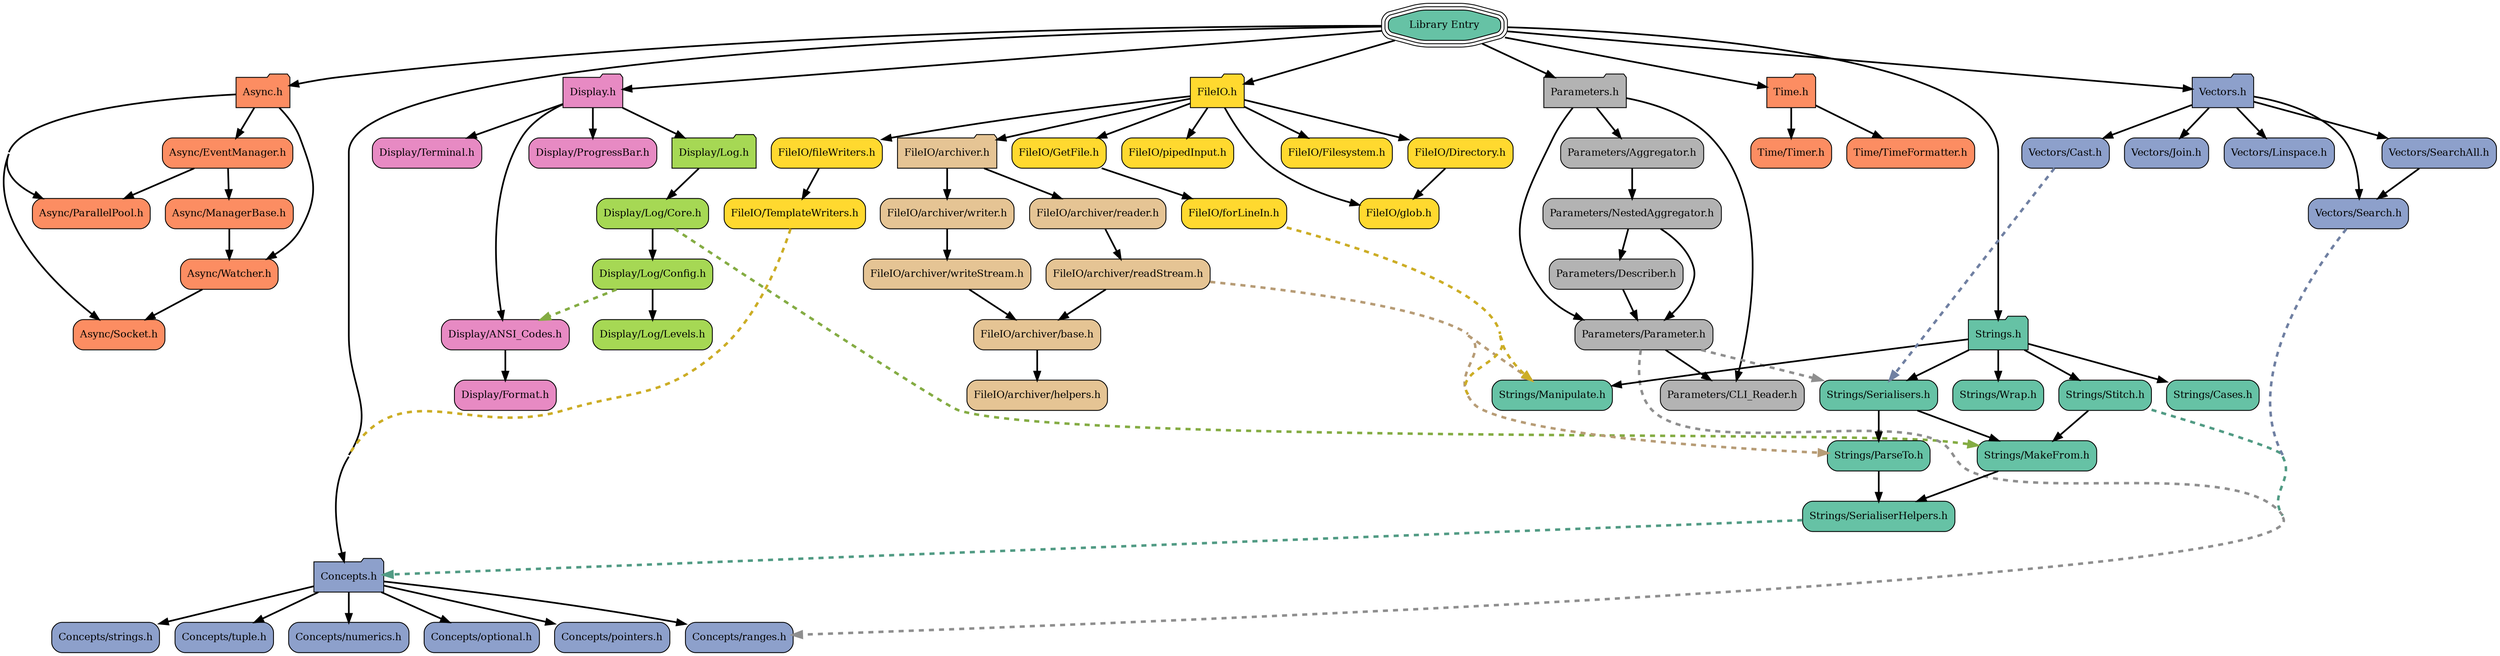
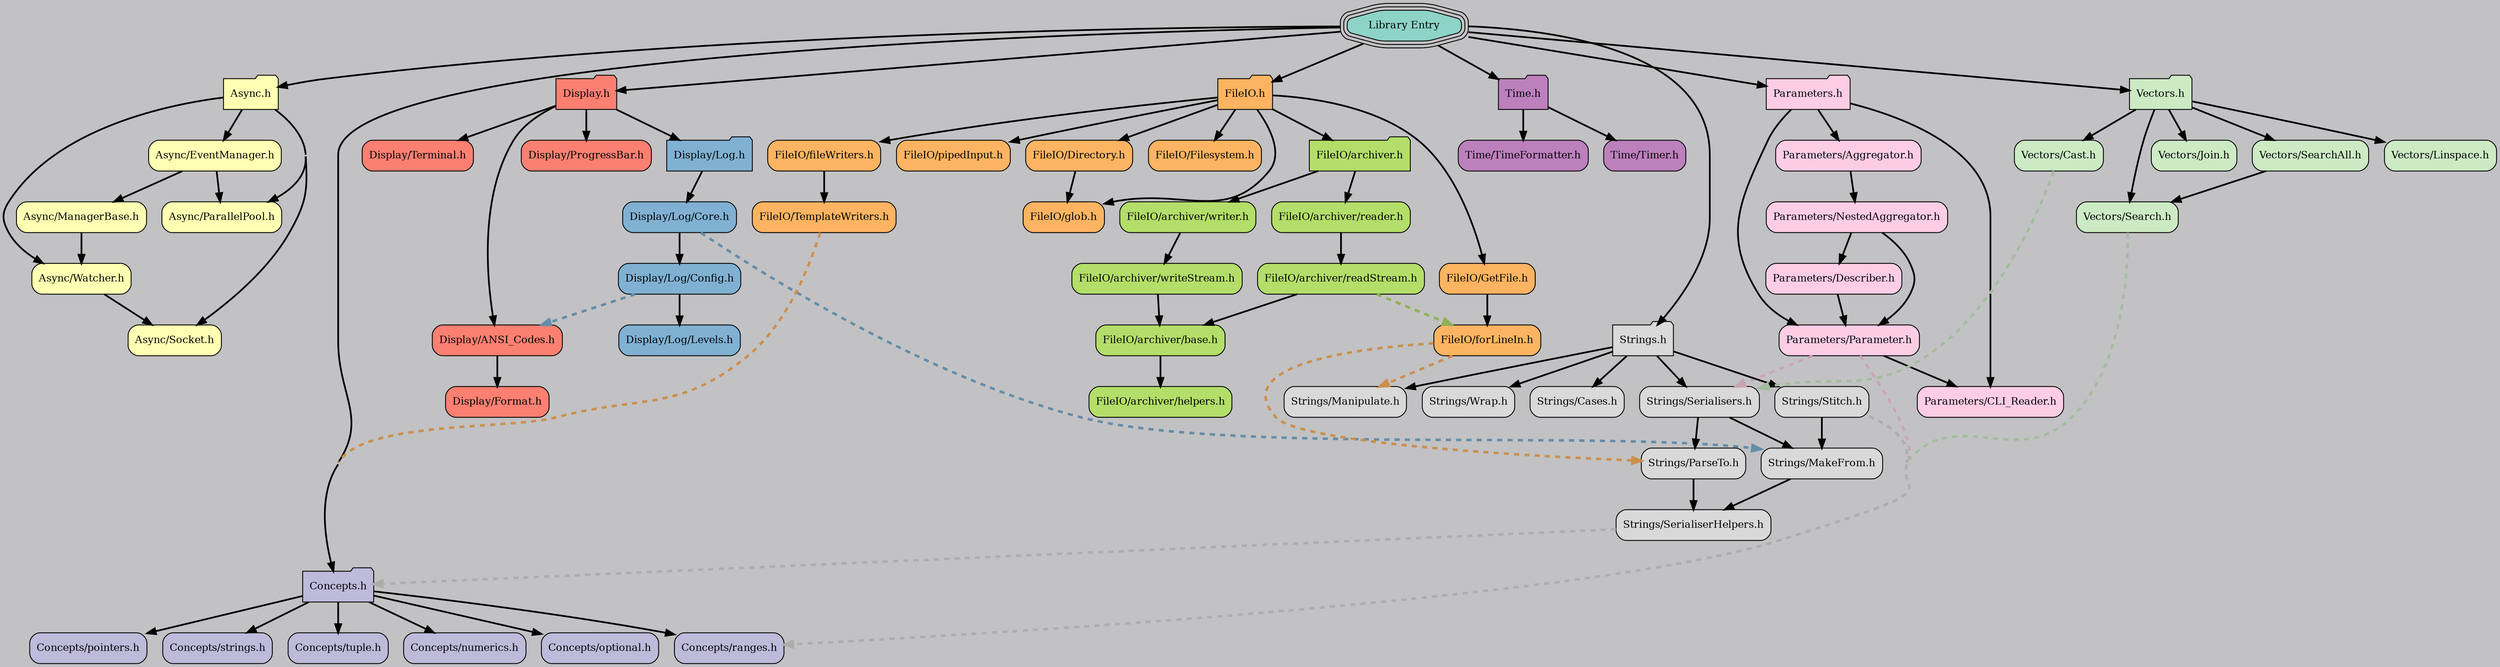
digraph codeviz{
+ 	bgcolor="#C2C2C4"
	concentrate=true
	splines=true
	sep="+15,+15"
	overlap=false

	node[shape=Mrecord,fontsize=12]

- 	node [fillcolor="#66c2a5", style="rounded,filled", shape=tripleoctagon,color="#000000"] "JSL.h"                         [label="Library Entry"]
- 	node [fillcolor="#fc8d62", style="rounded,filled", shape=folder,color="#000000"] "Async.h"                       [label="Async.h"]
- 	node [fillcolor="#fc8d62", style="rounded,filled", shape=box,color="#000000"] "Async/EventManager.h"          [label="Async/EventManager.h"]
- 	node [fillcolor="#fc8d62", style="rounded,filled", shape=box,color="#000000"] "Async/ManagerBase.h"           [label="Async/ManagerBase.h"]
- 	node [fillcolor="#fc8d62", style="rounded,filled", shape=box,color="#000000"] "Async/ParallelPool.h"          [label="Async/ParallelPool.h"]
- 	node [fillcolor="#fc8d62", style="rounded,filled", shape=box,color="#000000"] "Async/Socket.h"                [label="Async/Socket.h"]
- 	node [fillcolor="#fc8d62", style="rounded,filled", shape=box,color="#000000"] "Async/Watcher.h"               [label="Async/Watcher.h"]
- 	node [fillcolor="#8da0cb", style="rounded,filled", shape=folder,color="#000000"] "Concepts.h"                    [label="Concepts.h"]
- 	node [fillcolor="#8da0cb", style="rounded,filled", shape=box,color="#000000"] "Concepts/numerics.h"           [label="Concepts/numerics.h"]
- 	node [fillcolor="#8da0cb", style="rounded,filled", shape=box,color="#000000"] "Concepts/optional.h"           [label="Concepts/optional.h"]
- 	node [fillcolor="#8da0cb", style="rounded,filled", shape=box,color="#000000"] "Concepts/pointers.h"           [label="Concepts/pointers.h"]
- 	node [fillcolor="#8da0cb", style="rounded,filled", shape=box,color="#000000"] "Concepts/ranges.h"             [label="Concepts/ranges.h"]
- 	node [fillcolor="#8da0cb", style="rounded,filled", shape=box,color="#000000"] "Concepts/strings.h"            [label="Concepts/strings.h"]
- 	node [fillcolor="#8da0cb", style="rounded,filled", shape=box,color="#000000"] "Concepts/tuple.h"              [label="Concepts/tuple.h"]
- 	node [fillcolor="#e78ac3", style="rounded,filled", shape=folder,color="#000000"] "Display.h"                     [label="Display.h"]
- 	node [fillcolor="#e78ac3", style="rounded,filled", shape=box,color="#000000"] "Display/ANSI_Codes.h"          [label="Display/ANSI_Codes.h"]
- 	node [fillcolor="#e78ac3", style="rounded,filled", shape=box,color="#000000"] "Display/Format.h"              [label="Display/Format.h"]
- 	node [fillcolor="#a6d854", style="rounded,filled", shape=folder,color="#000000"] "Display/Log.h"                 [label="Display/Log.h"]
- 	node [fillcolor="#a6d854", style="rounded,filled", shape=box,color="#000000"] "Display/Log/Config.h"          [label="Display/Log/Config.h"]
- 	node [fillcolor="#a6d854", style="rounded,filled", shape=box,color="#000000"] "Display/Log/Core.h"            [label="Display/Log/Core.h"]
- 	node [fillcolor="#a6d854", style="rounded,filled", shape=box,color="#000000"] "Display/Log/Levels.h"          [label="Display/Log/Levels.h"]
- 	node [fillcolor="#e78ac3", style="rounded,filled", shape=box,color="#000000"] "Display/ProgressBar.h"         [label="Display/ProgressBar.h"]
- 	node [fillcolor="#e78ac3", style="rounded,filled", shape=box,color="#000000"] "Display/Terminal.h"            [label="Display/Terminal.h"]
- 	node [fillcolor="#ffd92f", style="rounded,filled", shape=folder,color="#000000"] "FileIO.h"                      [label="FileIO.h"]
- 	node [fillcolor="#ffd92f", style="rounded,filled", shape=box,color="#000000"] "FileIO/Directory.h"            [label="FileIO/Directory.h"]
- 	node [fillcolor="#ffd92f", style="rounded,filled", shape=box,color="#000000"] "FileIO/Filesystem.h"           [label="FileIO/Filesystem.h"]
- 	node [fillcolor="#ffd92f", style="rounded,filled", shape=box,color="#000000"] "FileIO/GetFile.h"              [label="FileIO/GetFile.h"]
- 	node [fillcolor="#ffd92f", style="rounded,filled", shape=box,color="#000000"] "FileIO/TemplateWriters.h"      [label="FileIO/TemplateWriters.h"]
- 	node [fillcolor="#e5c494", style="rounded,filled", shape=folder,color="#000000"] "FileIO/archiver.h"             [label="FileIO/archiver.h"]
- 	node [fillcolor="#e5c494", style="rounded,filled", shape=box,color="#000000"] "FileIO/archiver/base.h"        [label="FileIO/archiver/base.h"]
- 	node [fillcolor="#e5c494", style="rounded,filled", shape=box,color="#000000"] "FileIO/archiver/helpers.h"     [label="FileIO/archiver/helpers.h"]
- 	node [fillcolor="#e5c494", style="rounded,filled", shape=box,color="#000000"] "FileIO/archiver/readStream.h"  [label="FileIO/archiver/readStream.h"]
- 	node [fillcolor="#e5c494", style="rounded,filled", shape=box,color="#000000"] "FileIO/archiver/reader.h"      [label="FileIO/archiver/reader.h"]
- 	node [fillcolor="#e5c494", style="rounded,filled", shape=box,color="#000000"] "FileIO/archiver/writeStream.h" [label="FileIO/archiver/writeStream.h"]
- 	node [fillcolor="#e5c494", style="rounded,filled", shape=box,color="#000000"] "FileIO/archiver/writer.h"      [label="FileIO/archiver/writer.h"]
- 	node [fillcolor="#ffd92f", style="rounded,filled", shape=box,color="#000000"] "FileIO/fileWriters.h"          [label="FileIO/fileWriters.h"]
- 	node [fillcolor="#ffd92f", style="rounded,filled", shape=box,color="#000000"] "FileIO/forLineIn.h"            [label="FileIO/forLineIn.h"]
- 	node [fillcolor="#ffd92f", style="rounded,filled", shape=box,color="#000000"] "FileIO/glob.h"                 [label="FileIO/glob.h"]
- 	node [fillcolor="#ffd92f", style="rounded,filled", shape=box,color="#000000"] "FileIO/pipedInput.h"           [label="FileIO/pipedInput.h"]
- 	node [fillcolor="#b3b3b3", style="rounded,filled", shape=folder,color="#000000"] "Parameters.h"                  [label="Parameters.h"]
- 	node [fillcolor="#b3b3b3", style="rounded,filled", shape=box,color="#000000"] "Parameters/Aggregator.h"       [label="Parameters/Aggregator.h"]
- 	node [fillcolor="#b3b3b3", style="rounded,filled", shape=box,color="#000000"] "Parameters/CLI_Reader.h"       [label="Parameters/CLI_Reader.h"]
- 	node [fillcolor="#b3b3b3", style="rounded,filled", shape=box,color="#000000"] "Parameters/Describer.h"        [label="Parameters/Describer.h"]
- 	node [fillcolor="#b3b3b3", style="rounded,filled", shape=box,color="#000000"] "Parameters/NestedAggregator.h" [label="Parameters/NestedAggregator.h"]
- 	node [fillcolor="#b3b3b3", style="rounded,filled", shape=box,color="#000000"] "Parameters/Parameter.h"        [label="Parameters/Parameter.h"]
- 	node [fillcolor="#66c2a5", style="rounded,filled", shape=folder,color="#000000"] "Strings.h"                     [label="Strings.h"]
- 	node [fillcolor="#66c2a5", style="rounded,filled", shape=box,color="#000000"] "Strings/Cases.h"               [label="Strings/Cases.h"]
- 	node [fillcolor="#66c2a5", style="rounded,filled", shape=box,color="#000000"] "Strings/MakeFrom.h"            [label="Strings/MakeFrom.h"]
- 	node [fillcolor="#66c2a5", style="rounded,filled", shape=box,color="#000000"] "Strings/Manipulate.h"          [label="Strings/Manipulate.h"]
- 	node [fillcolor="#66c2a5", style="rounded,filled", shape=box,color="#000000"] "Strings/ParseTo.h"             [label="Strings/ParseTo.h"]
- 	node [fillcolor="#66c2a5", style="rounded,filled", shape=box,color="#000000"] "Strings/SerialiserHelpers.h"   [label="Strings/SerialiserHelpers.h"]
- 	node [fillcolor="#66c2a5", style="rounded,filled", shape=box,color="#000000"] "Strings/Serialisers.h"         [label="Strings/Serialisers.h"]
- 	node [fillcolor="#66c2a5", style="rounded,filled", shape=box,color="#000000"] "Strings/Stitch.h"              [label="Strings/Stitch.h"]
- 	node [fillcolor="#66c2a5", style="rounded,filled", shape=box,color="#000000"] "Strings/Wrap.h"                [label="Strings/Wrap.h"]
- 	node [fillcolor="#fc8d62", style="rounded,filled", shape=folder,color="#000000"] "Time.h"                        [label="Time.h"]
- 	node [fillcolor="#fc8d62", style="rounded,filled", shape=box,color="#000000"] "Time/TimeFormatter.h"          [label="Time/TimeFormatter.h"]
- 	node [fillcolor="#fc8d62", style="rounded,filled", shape=box,color="#000000"] "Time/Timer.h"                  [label="Time/Timer.h"]
- 	node [fillcolor="#8da0cb", style="rounded,filled", shape=folder,color="#000000"] "Vectors.h"                     [label="Vectors.h"]
- 	node [fillcolor="#8da0cb", style="rounded,filled", shape=box,color="#000000"] "Vectors/Cast.h"                [label="Vectors/Cast.h"]
- 	node [fillcolor="#8da0cb", style="rounded,filled", shape=box,color="#000000"] "Vectors/Join.h"                [label="Vectors/Join.h"]
- 	node [fillcolor="#8da0cb", style="rounded,filled", shape=box,color="#000000"] "Vectors/Linspace.h"            [label="Vectors/Linspace.h"]
- 	node [fillcolor="#8da0cb", style="rounded,filled", shape=box,color="#000000"] "Vectors/Search.h"              [label="Vectors/Search.h"]
- 	node [fillcolor="#8da0cb", style="rounded,filled", shape=box,color="#000000"] "Vectors/SearchAll.h"           [label="Vectors/SearchAll.h"]
+ 	node [fillcolor="#8dd3c7", style="rounded,filled", shape=tripleoctagon,color="#000000"] "JSL.h"                         [label="Library Entry"]
+ 	node [fillcolor="#ffffb3", style="rounded,filled", shape=folder,color="#000000"] "Async.h"                       [label="Async.h"]
+ 	node [fillcolor="#ffffb3", style="rounded,filled", shape=box,color="#000000"] "Async/EventManager.h"          [label="Async/EventManager.h"]
+ 	node [fillcolor="#ffffb3", style="rounded,filled", shape=box,color="#000000"] "Async/ManagerBase.h"           [label="Async/ManagerBase.h"]
+ 	node [fillcolor="#ffffb3", style="rounded,filled", shape=box,color="#000000"] "Async/ParallelPool.h"          [label="Async/ParallelPool.h"]
+ 	node [fillcolor="#ffffb3", style="rounded,filled", shape=box,color="#000000"] "Async/Socket.h"                [label="Async/Socket.h"]
+ 	node [fillcolor="#ffffb3", style="rounded,filled", shape=box,color="#000000"] "Async/Watcher.h"               [label="Async/Watcher.h"]
+ 	node [fillcolor="#bebada", style="rounded,filled", shape=folder,color="#000000"] "Concepts.h"                    [label="Concepts.h"]
+ 	node [fillcolor="#bebada", style="rounded,filled", shape=box,color="#000000"] "Concepts/numerics.h"           [label="Concepts/numerics.h"]
+ 	node [fillcolor="#bebada", style="rounded,filled", shape=box,color="#000000"] "Concepts/optional.h"           [label="Concepts/optional.h"]
+ 	node [fillcolor="#bebada", style="rounded,filled", shape=box,color="#000000"] "Concepts/pointers.h"           [label="Concepts/pointers.h"]
+ 	node [fillcolor="#bebada", style="rounded,filled", shape=box,color="#000000"] "Concepts/ranges.h"             [label="Concepts/ranges.h"]
+ 	node [fillcolor="#bebada", style="rounded,filled", shape=box,color="#000000"] "Concepts/strings.h"            [label="Concepts/strings.h"]
+ 	node [fillcolor="#bebada", style="rounded,filled", shape=box,color="#000000"] "Concepts/tuple.h"              [label="Concepts/tuple.h"]
+ 	node [fillcolor="#fb8072", style="rounded,filled", shape=folder,color="#000000"] "Display.h"                     [label="Display.h"]
+ 	node [fillcolor="#fb8072", style="rounded,filled", shape=box,color="#000000"] "Display/ANSI_Codes.h"          [label="Display/ANSI_Codes.h"]
+ 	node [fillcolor="#fb8072", style="rounded,filled", shape=box,color="#000000"] "Display/Format.h"              [label="Display/Format.h"]
+ 	node [fillcolor="#80b1d3", style="rounded,filled", shape=folder,color="#000000"] "Display/Log.h"                 [label="Display/Log.h"]
+ 	node [fillcolor="#80b1d3", style="rounded,filled", shape=box,color="#000000"] "Display/Log/Config.h"          [label="Display/Log/Config.h"]
+ 	node [fillcolor="#80b1d3", style="rounded,filled", shape=box,color="#000000"] "Display/Log/Core.h"            [label="Display/Log/Core.h"]
+ 	node [fillcolor="#80b1d3", style="rounded,filled", shape=box,color="#000000"] "Display/Log/Levels.h"          [label="Display/Log/Levels.h"]
+ 	node [fillcolor="#fb8072", style="rounded,filled", shape=box,color="#000000"] "Display/ProgressBar.h"         [label="Display/ProgressBar.h"]
+ 	node [fillcolor="#fb8072", style="rounded,filled", shape=box,color="#000000"] "Display/Terminal.h"            [label="Display/Terminal.h"]
+ 	node [fillcolor="#fdb462", style="rounded,filled", shape=folder,color="#000000"] "FileIO.h"                      [label="FileIO.h"]
+ 	node [fillcolor="#fdb462", style="rounded,filled", shape=box,color="#000000"] "FileIO/Directory.h"            [label="FileIO/Directory.h"]
+ 	node [fillcolor="#fdb462", style="rounded,filled", shape=box,color="#000000"] "FileIO/Filesystem.h"           [label="FileIO/Filesystem.h"]
+ 	node [fillcolor="#fdb462", style="rounded,filled", shape=box,color="#000000"] "FileIO/GetFile.h"              [label="FileIO/GetFile.h"]
+ 	node [fillcolor="#fdb462", style="rounded,filled", shape=box,color="#000000"] "FileIO/TemplateWriters.h"      [label="FileIO/TemplateWriters.h"]
+ 	node [fillcolor="#b3de69", style="rounded,filled", shape=folder,color="#000000"] "FileIO/archiver.h"             [label="FileIO/archiver.h"]
+ 	node [fillcolor="#b3de69", style="rounded,filled", shape=box,color="#000000"] "FileIO/archiver/base.h"        [label="FileIO/archiver/base.h"]
+ 	node [fillcolor="#b3de69", style="rounded,filled", shape=box,color="#000000"] "FileIO/archiver/helpers.h"     [label="FileIO/archiver/helpers.h"]
+ 	node [fillcolor="#b3de69", style="rounded,filled", shape=box,color="#000000"] "FileIO/archiver/readStream.h"  [label="FileIO/archiver/readStream.h"]
+ 	node [fillcolor="#b3de69", style="rounded,filled", shape=box,color="#000000"] "FileIO/archiver/reader.h"      [label="FileIO/archiver/reader.h"]
+ 	node [fillcolor="#b3de69", style="rounded,filled", shape=box,color="#000000"] "FileIO/archiver/writeStream.h" [label="FileIO/archiver/writeStream.h"]
+ 	node [fillcolor="#b3de69", style="rounded,filled", shape=box,color="#000000"] "FileIO/archiver/writer.h"      [label="FileIO/archiver/writer.h"]
+ 	node [fillcolor="#fdb462", style="rounded,filled", shape=box,color="#000000"] "FileIO/fileWriters.h"          [label="FileIO/fileWriters.h"]
+ 	node [fillcolor="#fdb462", style="rounded,filled", shape=box,color="#000000"] "FileIO/forLineIn.h"            [label="FileIO/forLineIn.h"]
+ 	node [fillcolor="#fdb462", style="rounded,filled", shape=box,color="#000000"] "FileIO/glob.h"                 [label="FileIO/glob.h"]
+ 	node [fillcolor="#fdb462", style="rounded,filled", shape=box,color="#000000"] "FileIO/pipedInput.h"           [label="FileIO/pipedInput.h"]
+ 	node [fillcolor="#fccde5", style="rounded,filled", shape=folder,color="#000000"] "Parameters.h"                  [label="Parameters.h"]
+ 	node [fillcolor="#fccde5", style="rounded,filled", shape=box,color="#000000"] "Parameters/Aggregator.h"       [label="Parameters/Aggregator.h"]
+ 	node [fillcolor="#fccde5", style="rounded,filled", shape=box,color="#000000"] "Parameters/CLI_Reader.h"       [label="Parameters/CLI_Reader.h"]
+ 	node [fillcolor="#fccde5", style="rounded,filled", shape=box,color="#000000"] "Parameters/Describer.h"        [label="Parameters/Describer.h"]
+ 	node [fillcolor="#fccde5", style="rounded,filled", shape=box,color="#000000"] "Parameters/NestedAggregator.h" [label="Parameters/NestedAggregator.h"]
+ 	node [fillcolor="#fccde5", style="rounded,filled", shape=box,color="#000000"] "Parameters/Parameter.h"        [label="Parameters/Parameter.h"]
+ 	node [fillcolor="#d9d9d9", style="rounded,filled", shape=folder,color="#000000"] "Strings.h"                     [label="Strings.h"]
+ 	node [fillcolor="#d9d9d9", style="rounded,filled", shape=box,color="#000000"] "Strings/Cases.h"               [label="Strings/Cases.h"]
+ 	node [fillcolor="#d9d9d9", style="rounded,filled", shape=box,color="#000000"] "Strings/MakeFrom.h"            [label="Strings/MakeFrom.h"]
+ 	node [fillcolor="#d9d9d9", style="rounded,filled", shape=box,color="#000000"] "Strings/Manipulate.h"          [label="Strings/Manipulate.h"]
+ 	node [fillcolor="#d9d9d9", style="rounded,filled", shape=box,color="#000000"] "Strings/ParseTo.h"             [label="Strings/ParseTo.h"]
+ 	node [fillcolor="#d9d9d9", style="rounded,filled", shape=box,color="#000000"] "Strings/SerialiserHelpers.h"   [label="Strings/SerialiserHelpers.h"]
+ 	node [fillcolor="#d9d9d9", style="rounded,filled", shape=box,color="#000000"] "Strings/Serialisers.h"         [label="Strings/Serialisers.h"]
+ 	node [fillcolor="#d9d9d9", style="rounded,filled", shape=box,color="#000000"] "Strings/Stitch.h"              [label="Strings/Stitch.h"]
+ 	node [fillcolor="#d9d9d9", style="rounded,filled", shape=box,color="#000000"] "Strings/Wrap.h"                [label="Strings/Wrap.h"]
+ 	node [fillcolor="#bc80bd", style="rounded,filled", shape=folder,color="#000000"] "Time.h"                        [label="Time.h"]
+ 	node [fillcolor="#bc80bd", style="rounded,filled", shape=box,color="#000000"] "Time/TimeFormatter.h"          [label="Time/TimeFormatter.h"]
+ 	node [fillcolor="#bc80bd", style="rounded,filled", shape=box,color="#000000"] "Time/Timer.h"                  [label="Time/Timer.h"]
+ 	node [fillcolor="#ccebc5", style="rounded,filled", shape=folder,color="#000000"] "Vectors.h"                     [label="Vectors.h"]
+ 	node [fillcolor="#ccebc5", style="rounded,filled", shape=box,color="#000000"] "Vectors/Cast.h"                [label="Vectors/Cast.h"]
+ 	node [fillcolor="#ccebc5", style="rounded,filled", shape=box,color="#000000"] "Vectors/Join.h"                [label="Vectors/Join.h"]
+ 	node [fillcolor="#ccebc5", style="rounded,filled", shape=box,color="#000000"] "Vectors/Linspace.h"            [label="Vectors/Linspace.h"]
+ 	node [fillcolor="#ccebc5", style="rounded,filled", shape=box,color="#000000"] "Vectors/Search.h"              [label="Vectors/Search.h"]
+ 	node [fillcolor="#ccebc5", style="rounded,filled", shape=box,color="#000000"] "Vectors/SearchAll.h"           [label="Vectors/SearchAll.h"]
	"JSL.h"                         -> "Display.h"[weight=10,penwidth=2]
	"JSL.h"                         -> "FileIO.h"[weight=10,penwidth=2]
	"JSL.h"                         -> "Parameters.h"[weight=10,penwidth=2]
	"JSL.h"                         -> "Strings.h"[weight=10,penwidth=2]
	"JSL.h"                         -> "Time.h"[weight=10,penwidth=2]
	"JSL.h"                         -> "Vectors.h"[weight=10,penwidth=2]
	"JSL.h"                         -> "Async.h"[weight=10,penwidth=2]
	"JSL.h"                         -> "Concepts.h"[weight=10,penwidth=2]
	"Async.h"                       -> "Async/Socket.h"[weight=10,penwidth=2]
	"Async.h"                       -> "Async/Watcher.h"[weight=10,penwidth=2]
	"Async.h"                       -> "Async/EventManager.h"[weight=10,penwidth=2]
	"Async.h"                       -> "Async/ParallelPool.h"[weight=10,penwidth=2]
	"Async/EventManager.h"          -> "Async/ManagerBase.h"[weight=10,penwidth=2]
	"Async/EventManager.h"          -> "Async/ParallelPool.h"[weight=10,penwidth=2]
	"Async/ManagerBase.h"           -> "Async/Watcher.h"[weight=10,penwidth=2]
	"Async/Watcher.h"               -> "Async/Socket.h"[weight=10,penwidth=2]
	"Concepts.h"                    -> "Concepts/ranges.h"[weight=10,penwidth=2]
	"Concepts.h"                    -> "Concepts/tuple.h"[weight=10,penwidth=2]
	"Concepts.h"                    -> "Concepts/numerics.h"[weight=10,penwidth=2]
	"Concepts.h"                    -> "Concepts/strings.h"[weight=10,penwidth=2]
	"Concepts.h"                    -> "Concepts/pointers.h"[weight=10,penwidth=2]
	"Concepts.h"                    -> "Concepts/optional.h"[weight=10,penwidth=2]
	"Display.h"                     -> "Display/Log.h"[weight=10,penwidth=2]
	"Display.h"                     -> "Display/ANSI_Codes.h"[weight=10,penwidth=2]
	"Display.h"                     -> "Display/ProgressBar.h"[weight=10,penwidth=2]
	"Display.h"                     -> "Display/Terminal.h"[weight=10,penwidth=2]
	"Display/ANSI_Codes.h"          -> "Display/Format.h"[weight=10,penwidth=2]
	"Display/Log.h"                 -> "Display/Log/Core.h"[weight=10,penwidth=2]
	"Display/Log/Config.h"          -> "Display/Log/Levels.h"[weight=10,penwidth=2]
- 	"Display/Log/Config.h"          -> "Display/ANSI_Codes.h"[style=dashed,penwidth=3,color="#84ac43"]
+ 	"Display/Log/Config.h"          -> "Display/ANSI_Codes.h"[style=dashed,penwidth=3,color="#668da8"]
	"Display/Log/Core.h"            -> "Display/Log/Config.h"[weight=10,penwidth=2]
- 	"Display/Log/Core.h"            -> "Strings/MakeFrom.h"[style=dashed,penwidth=3,color="#84ac43"]
+ 	"Display/Log/Core.h"            -> "Strings/MakeFrom.h"[style=dashed,penwidth=3,color="#668da8"]
	"FileIO.h"                      -> "FileIO/GetFile.h"[weight=10,penwidth=2]
	"FileIO.h"                      -> "FileIO/Directory.h"[weight=10,penwidth=2]
	"FileIO.h"                      -> "FileIO/Filesystem.h"[weight=10,penwidth=2]
	"FileIO.h"                      -> "FileIO/fileWriters.h"[weight=10,penwidth=2]
	"FileIO.h"                      -> "FileIO/pipedInput.h"[weight=10,penwidth=2]
	"FileIO.h"                      -> "FileIO/archiver.h"[weight=10,penwidth=2]
	"FileIO.h"                      -> "FileIO/glob.h"[weight=10,penwidth=2]
	"FileIO/Directory.h"            -> "FileIO/glob.h"[weight=10,penwidth=2]
	"FileIO/GetFile.h"              -> "FileIO/forLineIn.h"[weight=10,penwidth=2]
- 	"FileIO/TemplateWriters.h"      -> "Concepts.h"[style=dashed,penwidth=3,color="#ccad25"]
+ 	"FileIO/TemplateWriters.h"      -> "Concepts.h"[style=dashed,penwidth=3,color="#ca904e"]
	"FileIO/archiver.h"             -> "FileIO/archiver/writer.h"[weight=10,penwidth=2]
	"FileIO/archiver.h"             -> "FileIO/archiver/reader.h"[weight=10,penwidth=2]
	"FileIO/archiver/base.h"        -> "FileIO/archiver/helpers.h"[weight=10,penwidth=2]
- 	"FileIO/archiver/readStream.h"  -> "Strings/Manipulate.h"[style=dashed,penwidth=3,color="#b79c76"]
- 	"FileIO/archiver/readStream.h"  -> "Strings/ParseTo.h"[style=dashed,penwidth=3,color="#b79c76"]
+ 	"FileIO/archiver/readStream.h"  -> "FileIO/forLineIn.h"[style=dashed,penwidth=3,color="#8fb154"]
	"FileIO/archiver/readStream.h"  -> "FileIO/archiver/base.h"[weight=10,penwidth=2]
	"FileIO/archiver/reader.h"      -> "FileIO/archiver/readStream.h"[weight=10,penwidth=2]
	"FileIO/archiver/writeStream.h" -> "FileIO/archiver/base.h"[weight=10,penwidth=2]
	"FileIO/archiver/writer.h"      -> "FileIO/archiver/writeStream.h"[weight=10,penwidth=2]
	"FileIO/fileWriters.h"          -> "FileIO/TemplateWriters.h"[weight=10,penwidth=2]
- 	"FileIO/forLineIn.h"            -> "Strings/Manipulate.h"[style=dashed,penwidth=3,color="#ccad25"]
- 	"FileIO/forLineIn.h"            -> "Strings/ParseTo.h"[style=dashed,penwidth=3,color="#ccad25"]
+ 	"FileIO/forLineIn.h"            -> "Strings/Manipulate.h"[style=dashed,penwidth=3,color="#ca904e"]
+ 	"FileIO/forLineIn.h"            -> "Strings/ParseTo.h"[style=dashed,penwidth=3,color="#ca904e"]
	"Parameters.h"                  -> "Parameters/Parameter.h"[weight=10,penwidth=2]
	"Parameters.h"                  -> "Parameters/Aggregator.h"[weight=10,penwidth=2]
	"Parameters.h"                  -> "Parameters/CLI_Reader.h"[weight=10,penwidth=2]
	"Parameters/Aggregator.h"       -> "Parameters/NestedAggregator.h"[weight=10,penwidth=2]
	"Parameters/Describer.h"        -> "Parameters/Parameter.h"[weight=10,penwidth=2]
	"Parameters/NestedAggregator.h" -> "Parameters/Parameter.h"[weight=10,penwidth=2]
	"Parameters/NestedAggregator.h" -> "Parameters/Describer.h"[weight=10,penwidth=2]
- 	"Parameters/Parameter.h"        -> "Concepts/ranges.h"[style=dashed,penwidth=3,color="#8f8f8f"]
- 	"Parameters/Parameter.h"        -> "Strings/Serialisers.h"[style=dashed,penwidth=3,color="#8f8f8f"]
+ 	"Parameters/Parameter.h"        -> "Concepts/ranges.h"[style=dashed,penwidth=3,color="#c9a4b7"]
+ 	"Parameters/Parameter.h"        -> "Strings/Serialisers.h"[style=dashed,penwidth=3,color="#c9a4b7"]
	"Parameters/Parameter.h"        -> "Parameters/CLI_Reader.h"[weight=10,penwidth=2]
	"Strings.h"                     -> "Strings/Serialisers.h"[weight=10,penwidth=2]
	"Strings.h"                     -> "Strings/Cases.h"[weight=10,penwidth=2]
	"Strings.h"                     -> "Strings/Manipulate.h"[weight=10,penwidth=2]
	"Strings.h"                     -> "Strings/Stitch.h"[weight=10,penwidth=2]
	"Strings.h"                     -> "Strings/Wrap.h"[weight=10,penwidth=2]
	"Strings/MakeFrom.h"            -> "Strings/SerialiserHelpers.h"[weight=10,penwidth=2]
	"Strings/ParseTo.h"             -> "Strings/SerialiserHelpers.h"[weight=10,penwidth=2]
- 	"Strings/SerialiserHelpers.h"   -> "Concepts.h"[style=dashed,penwidth=3,color="#519b84"]
+ 	"Strings/SerialiserHelpers.h"   -> "Concepts.h"[style=dashed,penwidth=3,color="#adadad"]
	"Strings/Serialisers.h"         -> "Strings/MakeFrom.h"[weight=10,penwidth=2]
	"Strings/Serialisers.h"         -> "Strings/ParseTo.h"[weight=10,penwidth=2]
	"Strings/Stitch.h"              -> "Strings/MakeFrom.h"[weight=10,penwidth=2]
- 	"Strings/Stitch.h"              -> "Concepts/ranges.h"[style=dashed,penwidth=3,color="#519b84"]
+ 	"Strings/Stitch.h"              -> "Concepts/ranges.h"[style=dashed,penwidth=3,color="#adadad"]
	"Time.h"                        -> "Time/Timer.h"[weight=10,penwidth=2]
	"Time.h"                        -> "Time/TimeFormatter.h"[weight=10,penwidth=2]
	"Vectors.h"                     -> "Vectors/Cast.h"[weight=10,penwidth=2]
	"Vectors.h"                     -> "Vectors/Search.h"[weight=10,penwidth=2]
	"Vectors.h"                     -> "Vectors/SearchAll.h"[weight=10,penwidth=2]
	"Vectors.h"                     -> "Vectors/Join.h"[weight=10,penwidth=2]
	"Vectors.h"                     -> "Vectors/Linspace.h"[weight=10,penwidth=2]
- 	"Vectors/Cast.h"                -> "Strings/Serialisers.h"[style=dashed,penwidth=3,color="#7080a2"]
- 	"Vectors/Search.h"              -> "Concepts/ranges.h"[style=dashed,penwidth=3,color="#7080a2"]
+ 	"Vectors/Cast.h"                -> "Strings/Serialisers.h"[style=dashed,penwidth=3,color="#a3bc9d"]
+ 	"Vectors/Search.h"              -> "Concepts/ranges.h"[style=dashed,penwidth=3,color="#a3bc9d"]
	"Vectors/SearchAll.h"           -> "Vectors/Search.h"[weight=10,penwidth=2]
}